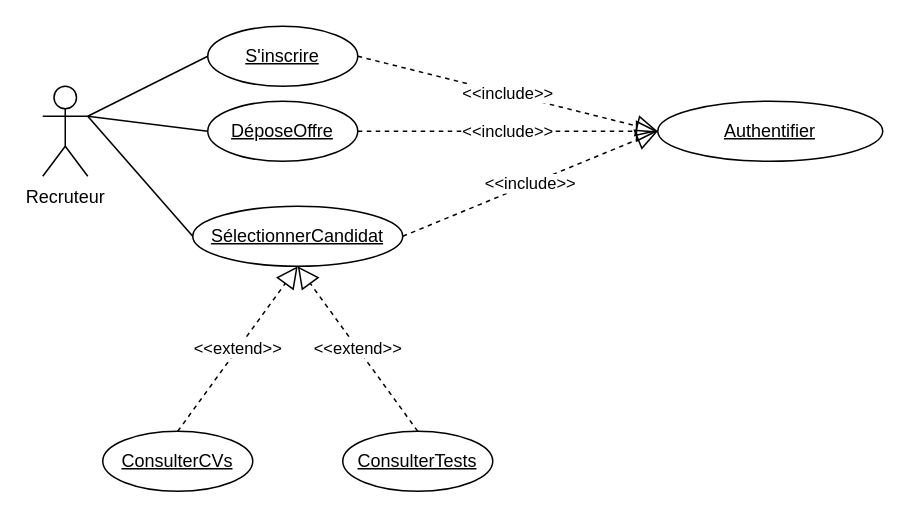
Earlier version of the draw.io diagram page "DigCas Recruteur" (3 of 4) of Untitled Diagram.drawio (PFA-2021/PFA-app). Source tidied: cells renumbered, new cells numbered last; positions are measured from the earlier drawing's top-left corner, leaving out a move shared by most shapes. Both pictures are drawn from the tidied source at 150%, with x=0, y=0 at pixel (42, 26).
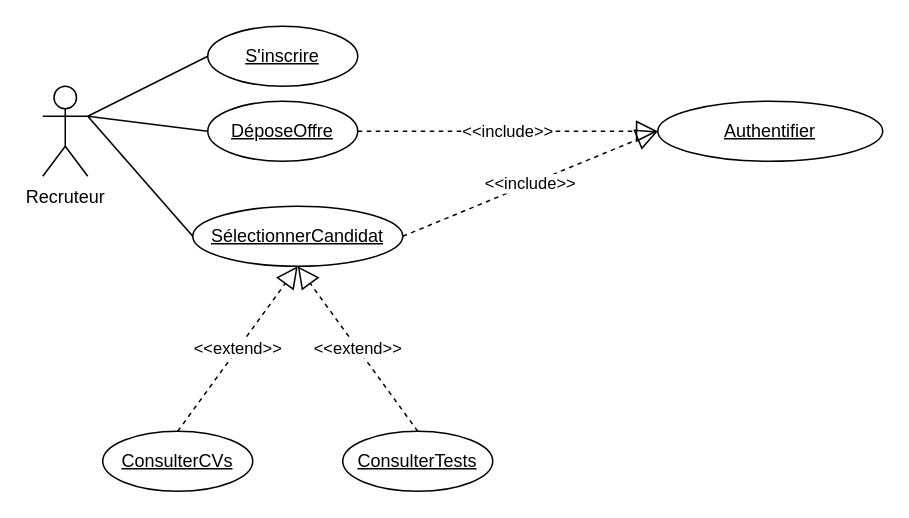
The same diagram, later.

Change to the diagram source:
```diff
@@
 <mxGraphModel>
   <root>
     <mxCell id="0" />
     <mxCell id="1" parent="0" />
     <mxCell id="2" value="Recruteur&lt;br&gt;" style="shape=umlActor;verticalLabelPosition=bottom;verticalAlign=top;html=1;" parent="1" vertex="1">
       <mxGeometry y="40" width="30" height="60" as="geometry" />
     </mxCell>
     <mxCell id="3" value="S'inscrire" style="ellipse;whiteSpace=wrap;html=1;align=center;fontStyle=4;" parent="1" vertex="1">
       <mxGeometry x="110" width="100" height="40" as="geometry" />
     </mxCell>
     <mxCell id="4" value="DéposeOffre" style="ellipse;whiteSpace=wrap;html=1;align=center;fontStyle=4;" parent="1" vertex="1">
       <mxGeometry x="110" y="50" width="100" height="40" as="geometry" />
     </mxCell>
     <mxCell id="5" value="SélectionnerCandidat" style="ellipse;whiteSpace=wrap;html=1;align=center;fontStyle=4;" parent="1" vertex="1">
       <mxGeometry x="100" y="120" width="140" height="40" as="geometry" />
     </mxCell>
     <mxCell id="6" value="ConsulterTests" style="ellipse;whiteSpace=wrap;html=1;align=center;fontStyle=4;" parent="1" vertex="1">
       <mxGeometry x="200" y="270" width="100" height="40" as="geometry" />
     </mxCell>
     <mxCell id="7" value="ConsulterCVs" style="ellipse;whiteSpace=wrap;html=1;align=center;fontStyle=4;" parent="1" vertex="1">
       <mxGeometry x="40" y="270" width="100" height="40" as="geometry" />
     </mxCell>
     <mxCell id="8" value="Authentifier" style="ellipse;whiteSpace=wrap;html=1;align=center;fontStyle=4;" parent="1" vertex="1">
       <mxGeometry x="410" y="50" width="150" height="40" as="geometry" />
     </mxCell>
-    <mxCell id="9" value="&amp;lt;&amp;lt;include&amp;gt;&amp;gt;" style="endArrow=block;dashed=1;endFill=0;endSize=12;html=1;exitX=1;exitY=0.5;exitDx=0;exitDy=0;entryX=0;entryY=0.5;entryDx=0;entryDy=0;" parent="1" edge="1" source="3" target="8">
-      <mxGeometry relative="1" as="geometry" />
-    </mxCell>
     <mxCell id="10" value="&amp;lt;&amp;lt;include&amp;gt;&amp;gt;" style="endArrow=block;dashed=1;endFill=0;endSize=12;html=1;exitX=1;exitY=0.5;exitDx=0;exitDy=0;entryX=0;entryY=0.5;entryDx=0;entryDy=0;" parent="1" edge="1" source="4" target="8">
       <mxGeometry relative="1" as="geometry" />
     </mxCell>
     <mxCell id="11" value="&amp;lt;&amp;lt;include&amp;gt;&amp;gt;" style="endArrow=block;dashed=1;endFill=0;endSize=12;html=1;exitX=1;exitY=0.5;exitDx=0;exitDy=0;entryX=0;entryY=0.5;entryDx=0;entryDy=0;" parent="1" edge="1" source="5" target="8">
       <mxGeometry relative="1" as="geometry" />
     </mxCell>
     <mxCell id="12" style="endArrow=none;html=1;rounded=0;exitX=1;exitY=0.3333333333333333;exitDx=0;exitDy=0;exitPerimeter=0;entryX=0;entryY=0.5;entryDx=0;entryDy=0;" parent="1" edge="1" source="2" target="3">
       <mxGeometry relative="1" as="geometry" />
     </mxCell>
     <mxCell id="13" style="endArrow=none;html=1;rounded=0;exitX=1;exitY=0.3333333333333333;exitDx=0;exitDy=0;exitPerimeter=0;entryX=0;entryY=0.5;entryDx=0;entryDy=0;" parent="1" edge="1" source="2" target="4">
       <mxGeometry relative="1" as="geometry" />
     </mxCell>
     <mxCell id="14" style="endArrow=none;html=1;rounded=0;exitX=1;exitY=0.3333333333333333;exitDx=0;exitDy=0;exitPerimeter=0;entryX=0;entryY=0.5;entryDx=0;entryDy=0;" parent="1" edge="1" source="2" target="5">
       <mxGeometry relative="1" as="geometry" />
     </mxCell>
     <mxCell id="15" value="&amp;lt;&amp;lt;extend&amp;gt;&amp;gt;" style="endArrow=block;dashed=1;endFill=0;endSize=12;html=1;exitX=0.5;exitY=0;exitDx=0;exitDy=0;entryX=0.5;entryY=1;entryDx=0;entryDy=0;" parent="1" edge="1" source="6" target="5">
       <mxGeometry relative="1" as="geometry" />
     </mxCell>
     <mxCell id="16" value="&amp;lt;&amp;lt;extend&amp;gt;&amp;gt;" style="endArrow=block;dashed=1;endFill=0;endSize=12;html=1;exitX=0.5;exitY=0;exitDx=0;exitDy=0;entryX=0.5;entryY=1;entryDx=0;entryDy=0;" parent="1" edge="1" source="7" target="5">
       <mxGeometry relative="1" as="geometry" />
     </mxCell>
   </root>
 </mxGraphModel>
```
